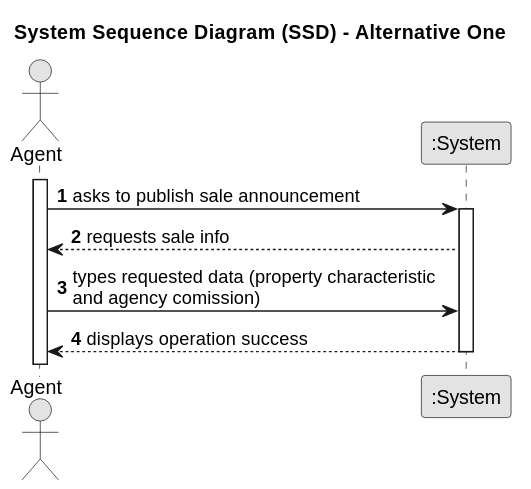
Above: docs/sprintA/us002/01.requirements-engineering/svg/us002-system-sequence-diagram-alternative-one.svg in PEDROMOREIRA45/lei-23-s2-1dg-g31 (PlantUML), before the change.
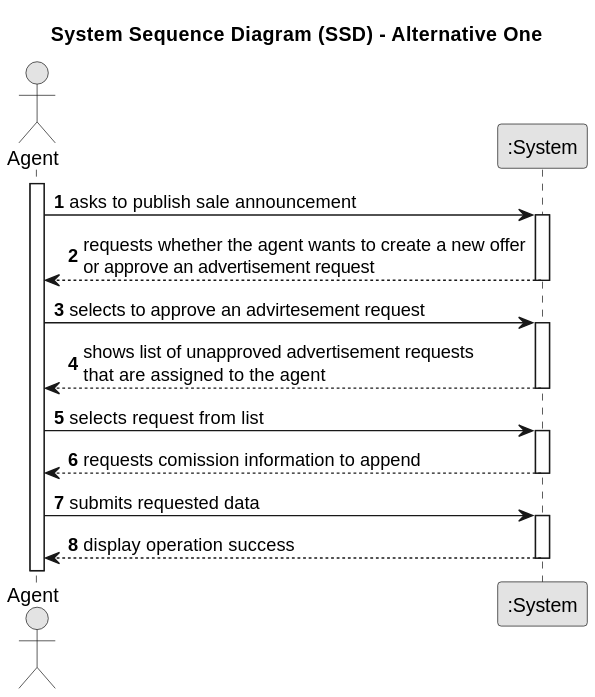
After the change.

Diff of the diagram source:
```diff
@@ -14,12 +14,22 @@
 
     Agent -> System : asks to publish sale announcement
     activate System
+        System --> Agent : requests whether the agent wants to create a new offer\nor approve an advertisement request
+    deactivate System
 
-        System --> Agent : requests sale info
+    Agent -> System : selects to approve an advirtesement request
+    activate System
+        System --> Agent : shows list of unapproved advertisement requests\nthat are assigned to the agent
+    deactivate System
 
-        Agent -> System : types requested data (property characteristic\nand agency comission)
+    Agent -> System : selects request from list
+    activate System
+        System --> Agent : requests comission information to append
+    deactivate System
 
-        System --> Agent : displays operation success
+    Agent -> System : submits requested data
+    activate System
+        System --> Agent : display operation success
     deactivate System
 
 @enduml
```
